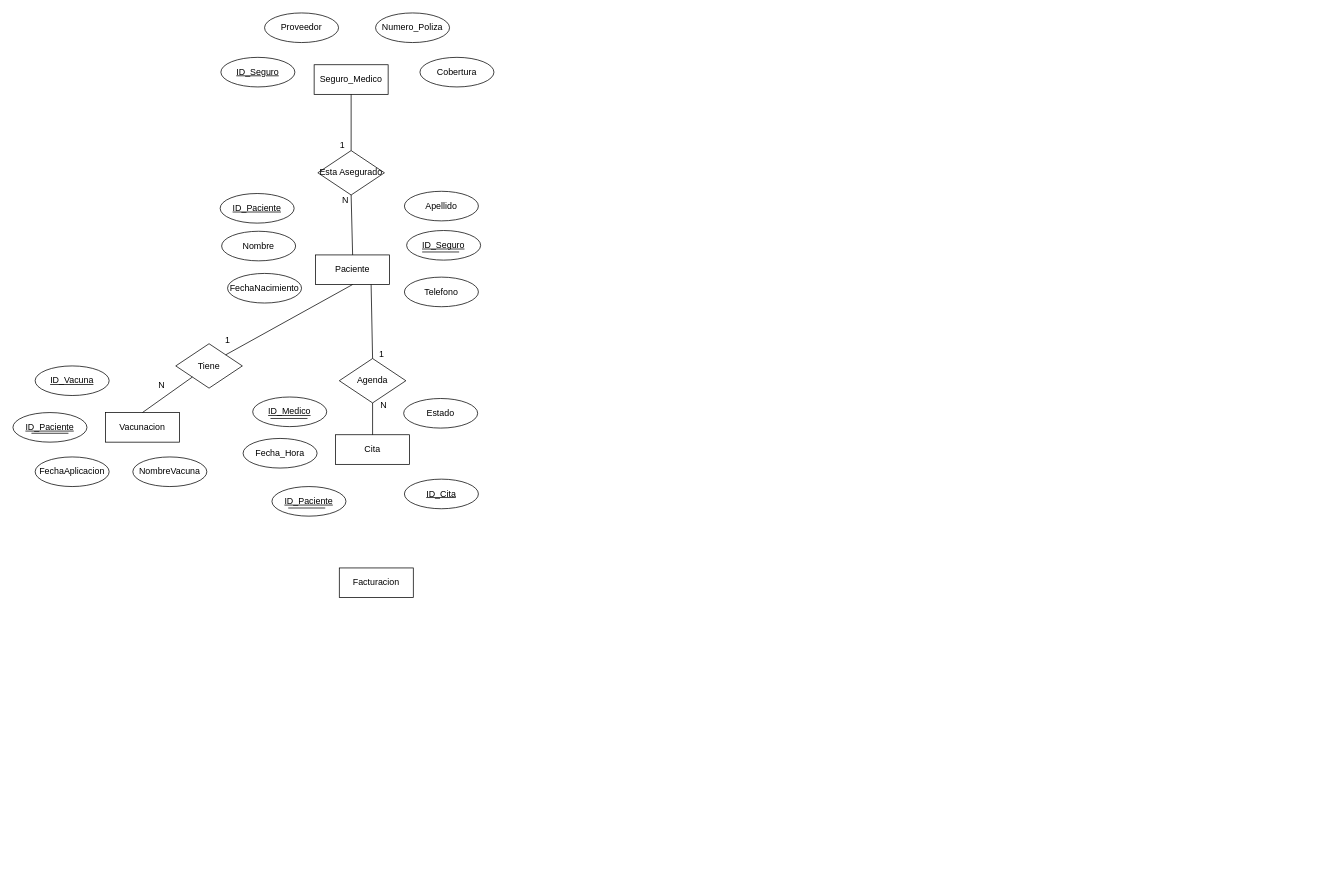
Csandoval-dev/EtlExamenI keeps this draw.io diagram as ExamenI.drawio. Above is the earlier version. Source tidied: cells renumbered, new cells numbered last; positions are measured from the earlier drawing's top-left corner, leaving out a move shared by most shapes. Both pictures are drawn from the tidied source at 74%, with x=0, y=0 at pixel (13, 13).
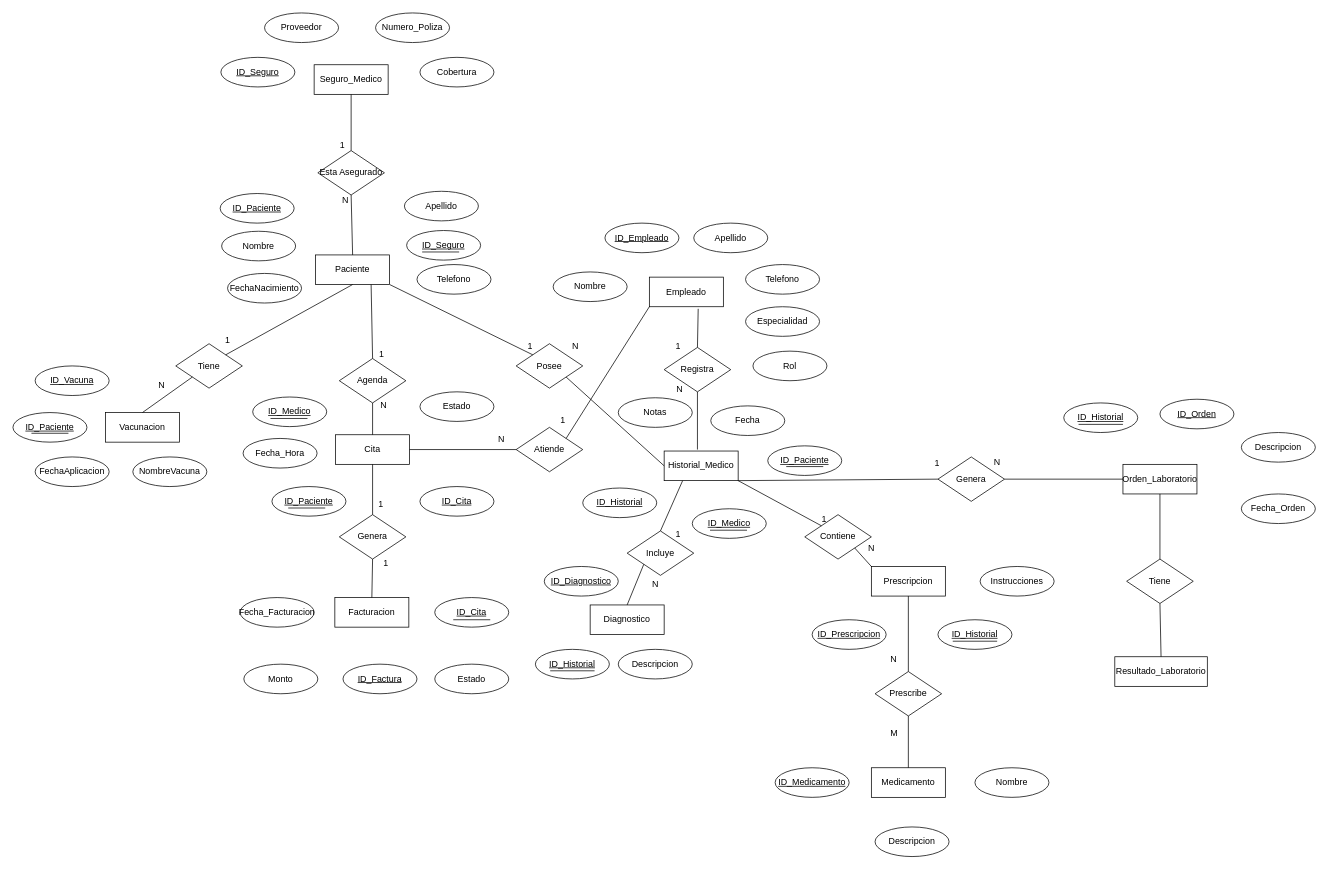
The same page after the edit.

The change refers to these unchanged cells:
```xml
<mxCell id="2" value="Paciente" style="whiteSpace=wrap;html=1;align=center;" parent="1" vertex="1">
  <mxGeometry x="409" y="327" width="100" height="40" as="geometry" />
</mxCell>
<mxCell id="30" value="Cita" style="whiteSpace=wrap;html=1;align=center;" parent="1" vertex="1">
  <mxGeometry x="436" y="570" width="100" height="40" as="geometry" />
</mxCell>
```

What changed in the source:
```diff
@@
     <mxCell id="7" value="Telefono" style="ellipse;whiteSpace=wrap;html=1;align=center;" parent="1" vertex="1">
-      <mxGeometry x="529" y="357" width="100" height="40" as="geometry" />
+      <mxGeometry x="546" y="340" width="100" height="40" as="geometry" />
     </mxCell>
@@
     <mxCell id="32" value="ID_Cita" style="ellipse;whiteSpace=wrap;html=1;align=center;fontStyle=4;" parent="1" vertex="1">
-      <mxGeometry x="529" y="630" width="100" height="40" as="geometry" />
+      <mxGeometry x="570" y="790" width="100" height="40" as="geometry" />
     </mxCell>
@@
     <mxCell id="35" value="Estado" style="ellipse;whiteSpace=wrap;html=1;align=center;" parent="1" vertex="1">
-      <mxGeometry x="528" y="521" width="100" height="40" as="geometry" />
+      <mxGeometry x="550" y="512" width="100" height="40" as="geometry" />
     </mxCell>
@@
     <mxCell id="44" value="Facturacion" style="whiteSpace=wrap;html=1;align=center;" parent="1" vertex="1">
-      <mxGeometry x="441" y="750" width="100" height="40" as="geometry" />
+      <mxGeometry x="435" y="790" width="100" height="40" as="geometry" />
     </mxCell>
+    <mxCell id="45" value="ID_Factura" style="ellipse;whiteSpace=wrap;html=1;align=center;fontStyle=4;" parent="1" vertex="1">
+      <mxGeometry x="446" y="880" width="100" height="40" as="geometry" />
+    </mxCell>
+    <mxCell id="46" value="Monto" style="ellipse;whiteSpace=wrap;html=1;align=center;" parent="1" vertex="1">
+      <mxGeometry x="312" y="880" width="100" height="40" as="geometry" />
+    </mxCell>
+    <mxCell id="47" value="Estado" style="ellipse;whiteSpace=wrap;html=1;align=center;" parent="1" vertex="1">
+      <mxGeometry x="570" y="880" width="100" height="40" as="geometry" />
+    </mxCell>
+    <mxCell id="48" value="Fecha_Facturacion" style="ellipse;whiteSpace=wrap;html=1;align=center;" parent="1" vertex="1">
+      <mxGeometry x="307" y="790" width="100" height="40" as="geometry" />
+    </mxCell>
+    <mxCell id="49" value="ID_Cita" style="ellipse;whiteSpace=wrap;html=1;align=center;fontStyle=4;" parent="1" vertex="1">
+      <mxGeometry x="550" y="640" width="100" height="40" as="geometry" />
+    </mxCell>
+    <mxCell id="50" style="endArrow=none;html=1;rounded=0;" parent="1" edge="1">
+      <mxGeometry relative="1" as="geometry">
+        <mxPoint x="595" y="820" as="sourcePoint" />
+        <mxPoint x="645" y="820" as="targetPoint" />
+      </mxGeometry>
+    </mxCell>
+    <mxCell id="51" value="Genera" style="shape=rhombus;perimeter=rhombusPerimeter;whiteSpace=wrap;html=1;align=center;" parent="1" vertex="1">
+      <mxGeometry x="441" y="678" width="90" height="60" as="geometry" />
+    </mxCell>
+    <mxCell id="52" style="endArrow=none;html=1;rounded=0;exitX=0.5;exitY=1;exitDx=0;exitDy=0;entryX=0.5;entryY=0;entryDx=0;entryDy=0;" parent="1" edge="1" source="30" target="51">
+      <mxGeometry relative="1" as="geometry" />
+    </mxCell>
+    <mxCell id="53" style="endArrow=none;html=1;rounded=0;entryX=0.5;entryY=0;entryDx=0;entryDy=0;exitX=0.5;exitY=1;exitDx=0;exitDy=0;" parent="1" edge="1" source="51" target="44">
+      <mxGeometry relative="1" as="geometry" />
+    </mxCell>
+    <mxCell id="54" value="1" style="text;strokeColor=none;fillColor=none;spacingLeft=4;spacingRight=4;overflow=hidden;fontSize=12;whiteSpace=wrap;html=1;" parent="1" vertex="1">
+      <mxGeometry x="488" y="650" width="40" height="30" as="geometry" />
+    </mxCell>
+    <mxCell id="55" value="1" style="text;strokeColor=none;fillColor=none;spacingLeft=4;spacingRight=4;overflow=hidden;fontSize=12;whiteSpace=wrap;html=1;" parent="1" vertex="1">
+      <mxGeometry x="495" y="730" width="40" height="30" as="geometry" />
+    </mxCell>
+    <mxCell id="56" value="Empleado" style="whiteSpace=wrap;html=1;align=center;" parent="1" vertex="1">
+      <mxGeometry x="860" y="357" width="100" height="40" as="geometry" />
+    </mxCell>
+    <mxCell id="57" value="ID_Empleado" style="ellipse;whiteSpace=wrap;html=1;align=center;fontStyle=4;" parent="1" vertex="1">
+      <mxGeometry x="800" y="284" width="100" height="40" as="geometry" />
+    </mxCell>
+    <mxCell id="58" value="Nombre" style="ellipse;whiteSpace=wrap;html=1;align=center;" parent="1" vertex="1">
+      <mxGeometry x="730" y="350" width="100" height="40" as="geometry" />
+    </mxCell>
+    <mxCell id="59" value="Apellido" style="ellipse;whiteSpace=wrap;html=1;align=center;" parent="1" vertex="1">
+      <mxGeometry x="920" y="284" width="100" height="40" as="geometry" />
+    </mxCell>
+    <mxCell id="60" value="Rol" style="ellipse;whiteSpace=wrap;html=1;align=center;" parent="1" vertex="1">
+      <mxGeometry x="1000" y="457" width="100" height="40" as="geometry" />
+    </mxCell>
+    <mxCell id="61" value="Telefono" style="ellipse;whiteSpace=wrap;html=1;align=center;" parent="1" vertex="1">
+      <mxGeometry x="990" y="340" width="100" height="40" as="geometry" />
+    </mxCell>
+    <mxCell id="62" value="Especialidad" style="ellipse;whiteSpace=wrap;html=1;align=center;" parent="1" vertex="1">
+      <mxGeometry x="990" y="397" width="100" height="40" as="geometry" />
+    </mxCell>
+    <mxCell id="63" value="Atiende" style="shape=rhombus;perimeter=rhombusPerimeter;whiteSpace=wrap;html=1;align=center;" parent="1" vertex="1">
+      <mxGeometry x="680" y="560" width="90" height="60" as="geometry" />
+    </mxCell>
+    <mxCell id="64" style="endArrow=none;html=1;rounded=0;exitX=1;exitY=0.5;exitDx=0;exitDy=0;entryX=0;entryY=0.5;entryDx=0;entryDy=0;" parent="1" edge="1" source="30" target="63">
+      <mxGeometry relative="1" as="geometry" />
+    </mxCell>
+    <mxCell id="65" style="endArrow=none;html=1;rounded=0;exitX=0;exitY=1;exitDx=0;exitDy=0;entryX=1;entryY=0;entryDx=0;entryDy=0;" parent="1" edge="1" source="56" target="63">
+      <mxGeometry relative="1" as="geometry" />
+    </mxCell>
+    <mxCell id="66" value="1" style="text;strokeColor=none;fillColor=none;spacingLeft=4;spacingRight=4;overflow=hidden;fontSize=12;whiteSpace=wrap;html=1;" parent="1" vertex="1">
+      <mxGeometry x="734" y="536" width="40" height="30" as="geometry" />
+    </mxCell>
+    <mxCell id="67" value="N" style="text;strokeColor=none;fillColor=none;spacingLeft=4;spacingRight=4;overflow=hidden;fontSize=12;whiteSpace=wrap;html=1;" parent="1" vertex="1">
+      <mxGeometry x="650" y="562" width="40" height="30" as="geometry" />
+    </mxCell>
+    <mxCell id="68" value="Historial_Medico" style="whiteSpace=wrap;html=1;align=center;" parent="1" vertex="1">
+      <mxGeometry x="880" y="592" width="100" height="40" as="geometry" />
+    </mxCell>
+    <mxCell id="69" value="ID_Historial" style="ellipse;whiteSpace=wrap;html=1;align=center;fontStyle=4;" parent="1" vertex="1">
+      <mxGeometry x="706" y="860" width="100" height="40" as="geometry" />
+    </mxCell>
+    <mxCell id="70" value="ID_Paciente" style="ellipse;whiteSpace=wrap;html=1;align=center;fontStyle=4;" parent="1" vertex="1">
+      <mxGeometry x="1020" y="585" width="100" height="40" as="geometry" />
+    </mxCell>
+    <mxCell id="71" value="ID_Medico" style="ellipse;whiteSpace=wrap;html=1;align=center;fontStyle=4;" parent="1" vertex="1">
+      <mxGeometry x="918" y="670" width="100" height="40" as="geometry" />
+    </mxCell>
+    <mxCell id="72" value="Fecha" style="ellipse;whiteSpace=wrap;html=1;align=center;" parent="1" vertex="1">
+      <mxGeometry x="943" y="531" width="100" height="40" as="geometry" />
+    </mxCell>
+    <mxCell id="73" value="Notas" style="ellipse;whiteSpace=wrap;html=1;align=center;" parent="1" vertex="1">
+      <mxGeometry x="818" y="520" width="100" height="40" as="geometry" />
+    </mxCell>
+    <mxCell id="74" value="Posee" style="shape=rhombus;perimeter=rhombusPerimeter;whiteSpace=wrap;html=1;align=center;" parent="1" vertex="1">
+      <mxGeometry x="680" y="447" width="90" height="60" as="geometry" />
+    </mxCell>
+    <mxCell id="75" style="endArrow=none;html=1;rounded=0;exitX=0;exitY=0.5;exitDx=0;exitDy=0;entryX=1;entryY=1;entryDx=0;entryDy=0;" parent="1" edge="1" source="68" target="74">
+      <mxGeometry relative="1" as="geometry" />
+    </mxCell>
+    <mxCell id="76" style="endArrow=none;html=1;rounded=0;exitX=0;exitY=0;exitDx=0;exitDy=0;entryX=1;entryY=1;entryDx=0;entryDy=0;" parent="1" edge="1" source="74" target="2">
+      <mxGeometry relative="1" as="geometry" />
+    </mxCell>
+    <mxCell id="77" value="1" style="text;strokeColor=none;fillColor=none;spacingLeft=4;spacingRight=4;overflow=hidden;fontSize=12;whiteSpace=wrap;html=1;" parent="1" vertex="1">
+      <mxGeometry x="890" y="437" width="40" height="30" as="geometry" />
+    </mxCell>
+    <mxCell id="78" value="N" style="text;strokeColor=none;fillColor=none;spacingLeft=4;spacingRight=4;overflow=hidden;fontSize=12;whiteSpace=wrap;html=1;" parent="1" vertex="1">
+      <mxGeometry x="750" y="437" width="40" height="30" as="geometry" />
+    </mxCell>
+    <mxCell id="79" value="Registra" style="shape=rhombus;perimeter=rhombusPerimeter;whiteSpace=wrap;html=1;align=center;" parent="1" vertex="1">
+      <mxGeometry x="880" y="452" width="90" height="60" as="geometry" />
+    </mxCell>
+    <mxCell id="80" style="endArrow=none;html=1;rounded=0;exitX=0.66;exitY=1.07;exitDx=0;exitDy=0;entryX=0.5;entryY=0;entryDx=0;entryDy=0;exitPerimeter=0;" parent="1" edge="1" source="56" target="79">
+      <mxGeometry relative="1" as="geometry" />
+    </mxCell>
+    <mxCell id="81" style="endArrow=none;html=1;rounded=0;exitX=0.5;exitY=1;exitDx=0;exitDy=0;" parent="1" edge="1" source="79">
+      <mxGeometry relative="1" as="geometry">
+        <mxPoint x="925" y="590" as="targetPoint" />
+      </mxGeometry>
+    </mxCell>
+    <mxCell id="82" value="1" style="text;strokeColor=none;fillColor=none;spacingLeft=4;spacingRight=4;overflow=hidden;fontSize=12;whiteSpace=wrap;html=1;" parent="1" vertex="1">
+      <mxGeometry x="690" y="437" width="40" height="30" as="geometry" />
+    </mxCell>
+    <mxCell id="83" value="N" style="text;strokeColor=none;fillColor=none;spacingLeft=4;spacingRight=4;overflow=hidden;fontSize=12;whiteSpace=wrap;html=1;" parent="1" vertex="1">
+      <mxGeometry x="891" y="495" width="40" height="30" as="geometry" />
+    </mxCell>
+    <mxCell id="84" style="endArrow=none;html=1;rounded=0;" parent="1" edge="1">
+      <mxGeometry relative="1" as="geometry">
+        <mxPoint x="1045" y="613" as="sourcePoint" />
+        <mxPoint x="1095" y="613" as="targetPoint" />
+      </mxGeometry>
+    </mxCell>
+    <mxCell id="85" style="endArrow=none;html=1;rounded=0;" parent="1" edge="1">
+      <mxGeometry relative="1" as="geometry">
+        <mxPoint x="942" y="699" as="sourcePoint" />
+        <mxPoint x="992" y="699" as="targetPoint" />
+      </mxGeometry>
+    </mxCell>
+    <mxCell id="86" value="Diagnostico" style="whiteSpace=wrap;html=1;align=center;" parent="1" vertex="1">
+      <mxGeometry x="780" y="800" width="100" height="40" as="geometry" />
+    </mxCell>
+    <mxCell id="87" value="ID_Historial" style="ellipse;whiteSpace=wrap;html=1;align=center;fontStyle=4;" parent="1" vertex="1">
+      <mxGeometry x="770" y="642" width="100" height="40" as="geometry" />
+    </mxCell>
+    <mxCell id="88" value="ID_Orden" style="ellipse;whiteSpace=wrap;html=1;align=center;fontStyle=4;" parent="1" vertex="1">
+      <mxGeometry x="1550" y="522" width="100" height="40" as="geometry" />
+    </mxCell>
+    <mxCell id="89" value="Descripcion" style="ellipse;whiteSpace=wrap;html=1;align=center;" parent="1" vertex="1">
+      <mxGeometry x="818" y="860" width="100" height="40" as="geometry" />
+    </mxCell>
+    <mxCell id="90" style="endArrow=none;html=1;rounded=0;" parent="1" edge="1">
+      <mxGeometry relative="1" as="geometry">
+        <mxPoint x="726" y="889" as="sourcePoint" />
+        <mxPoint x="786" y="889" as="targetPoint" />
+      </mxGeometry>
+    </mxCell>
+    <mxCell id="91" value="Incluye" style="shape=rhombus;perimeter=rhombusPerimeter;whiteSpace=wrap;html=1;align=center;" parent="1" vertex="1">
+      <mxGeometry x="830" y="700" width="90" height="60" as="geometry" />
+    </mxCell>
+    <mxCell id="92" style="endArrow=none;html=1;rounded=0;entryX=0.25;entryY=1;entryDx=0;entryDy=0;exitX=0.5;exitY=0;exitDx=0;exitDy=0;" parent="1" edge="1" source="91" target="68">
+      <mxGeometry relative="1" as="geometry" />
+    </mxCell>
+    <mxCell id="93" style="endArrow=none;html=1;rounded=0;entryX=0;entryY=1;entryDx=0;entryDy=0;exitX=0.5;exitY=0;exitDx=0;exitDy=0;" parent="1" edge="1" source="86" target="91">
+      <mxGeometry relative="1" as="geometry" />
+    </mxCell>
+    <mxCell id="94" value="1" style="text;strokeColor=none;fillColor=none;spacingLeft=4;spacingRight=4;overflow=hidden;fontSize=12;whiteSpace=wrap;html=1;" parent="1" vertex="1">
+      <mxGeometry x="1240" y="595" width="40" height="30" as="geometry" />
+    </mxCell>
+    <mxCell id="95" value="N" style="text;strokeColor=none;fillColor=none;spacingLeft=4;spacingRight=4;overflow=hidden;fontSize=12;whiteSpace=wrap;html=1;" parent="1" vertex="1">
+      <mxGeometry x="1150" y="710" width="40" height="30" as="geometry" />
+    </mxCell>
+    <mxCell id="96" value="Prescripcion" style="whiteSpace=wrap;html=1;align=center;" parent="1" vertex="1">
+      <mxGeometry x="1160" y="748" width="100" height="40" as="geometry" />
+    </mxCell>
+    <mxCell id="97" value="ID_Diagnostico" style="ellipse;whiteSpace=wrap;html=1;align=center;fontStyle=4;" parent="1" vertex="1">
+      <mxGeometry x="718" y="748" width="100" height="40" as="geometry" />
+    </mxCell>
+    <mxCell id="98" value="ID_Historial" style="ellipse;whiteSpace=wrap;html=1;align=center;fontStyle=4;" parent="1" vertex="1">
+      <mxGeometry x="1250" y="820" width="100" height="40" as="geometry" />
+    </mxCell>
+    <mxCell id="99" style="endArrow=none;html=1;rounded=0;" parent="1" edge="1">
+      <mxGeometry relative="1" as="geometry">
+        <mxPoint x="1270" y="849" as="sourcePoint" />
+        <mxPoint x="1330" y="849" as="targetPoint" />
+      </mxGeometry>
+    </mxCell>
+    <mxCell id="100" value="Instrucciones" style="ellipse;whiteSpace=wrap;html=1;align=center;" parent="1" vertex="1">
+      <mxGeometry x="1307" y="748" width="100" height="40" as="geometry" />
+    </mxCell>
+    <mxCell id="101" value="Contiene" style="shape=rhombus;perimeter=rhombusPerimeter;whiteSpace=wrap;html=1;align=center;" parent="1" vertex="1">
+      <mxGeometry x="1070" y="678" width="90" height="60" as="geometry" />
+    </mxCell>
+    <mxCell id="102" style="endArrow=none;html=1;rounded=0;entryX=1;entryY=1;entryDx=0;entryDy=0;exitX=0;exitY=0;exitDx=0;exitDy=0;" parent="1" edge="1" source="101" target="68">
+      <mxGeometry relative="1" as="geometry" />
+    </mxCell>
+    <mxCell id="103" style="endArrow=none;html=1;rounded=0;entryX=1;entryY=1;entryDx=0;entryDy=0;exitX=0;exitY=0;exitDx=0;exitDy=0;" parent="1" edge="1" source="96" target="101">
+      <mxGeometry relative="1" as="geometry" />
+    </mxCell>
+    <mxCell id="104" value="1" style="text;strokeColor=none;fillColor=none;spacingLeft=4;spacingRight=4;overflow=hidden;fontSize=12;whiteSpace=wrap;html=1;" parent="1" vertex="1">
+      <mxGeometry x="890" y="690" width="40" height="30" as="geometry" />
+    </mxCell>
+    <mxCell id="105" value="N" style="text;strokeColor=none;fillColor=none;spacingLeft=4;spacingRight=4;overflow=hidden;fontSize=12;whiteSpace=wrap;html=1;" parent="1" vertex="1">
+      <mxGeometry x="858" y="758" width="40" height="30" as="geometry" />
+    </mxCell>
+    <mxCell id="106" value="Medicamento" style="whiteSpace=wrap;html=1;align=center;" parent="1" vertex="1">
+      <mxGeometry x="1160" y="1020" width="100" height="40" as="geometry" />
+    </mxCell>
+    <mxCell id="107" value="Prescribe" style="shape=rhombus;perimeter=rhombusPerimeter;whiteSpace=wrap;html=1;align=center;" parent="1" vertex="1">
+      <mxGeometry x="1165" y="890" width="90" height="60" as="geometry" />
+    </mxCell>
+    <mxCell id="108" style="endArrow=none;html=1;rounded=0;entryX=0.5;entryY=1;entryDx=0;entryDy=0;exitX=0.5;exitY=0;exitDx=0;exitDy=0;" parent="1" edge="1" source="107" target="96">
+      <mxGeometry relative="1" as="geometry" />
+    </mxCell>
+    <mxCell id="109" style="endArrow=none;html=1;rounded=0;entryX=0.5;entryY=1;entryDx=0;entryDy=0;exitX=0.5;exitY=0;exitDx=0;exitDy=0;" parent="1" edge="1" source="106" target="107">
+      <mxGeometry relative="1" as="geometry" />
+    </mxCell>
+    <mxCell id="110" value="N" style="text;strokeColor=none;fillColor=none;spacingLeft=4;spacingRight=4;overflow=hidden;fontSize=12;whiteSpace=wrap;html=1;" parent="1" vertex="1">
+      <mxGeometry x="1180" y="860" width="40" height="30" as="geometry" />
+    </mxCell>
+    <mxCell id="111" value="M" style="text;strokeColor=none;fillColor=none;spacingLeft=4;spacingRight=4;overflow=hidden;fontSize=12;whiteSpace=wrap;html=1;" parent="1" vertex="1">
+      <mxGeometry x="1180" y="960" width="40" height="30" as="geometry" />
+    </mxCell>
+    <mxCell id="112" value="ID_Medicamento" style="ellipse;whiteSpace=wrap;html=1;align=center;fontStyle=4;" parent="1" vertex="1">
+      <mxGeometry x="1030" y="1020" width="100" height="40" as="geometry" />
+    </mxCell>
+    <mxCell id="113" value="Nombre" style="ellipse;whiteSpace=wrap;html=1;align=center;" parent="1" vertex="1">
+      <mxGeometry x="1300" y="1020" width="100" height="40" as="geometry" />
+    </mxCell>
+    <mxCell id="114" value="Descripcion" style="ellipse;whiteSpace=wrap;html=1;align=center;" parent="1" vertex="1">
+      <mxGeometry x="1165" y="1100" width="100" height="40" as="geometry" />
+    </mxCell>
+    <mxCell id="115" value="Orden_Laboratorio" style="whiteSpace=wrap;html=1;align=center;" parent="1" vertex="1">
+      <mxGeometry x="1500" y="610" width="100" height="40" as="geometry" />
+    </mxCell>
+    <mxCell id="116" value="Genera" style="shape=rhombus;perimeter=rhombusPerimeter;whiteSpace=wrap;html=1;align=center;" parent="1" vertex="1">
+      <mxGeometry x="1250" y="600" width="90" height="60" as="geometry" />
+    </mxCell>
+    <mxCell id="117" style="endArrow=none;html=1;rounded=0;entryX=1;entryY=1;entryDx=0;entryDy=0;exitX=0;exitY=0.5;exitDx=0;exitDy=0;" parent="1" edge="1" source="116" target="68">
+      <mxGeometry relative="1" as="geometry" />
+    </mxCell>
+    <mxCell id="118" style="endArrow=none;html=1;rounded=0;entryX=0;entryY=0.5;entryDx=0;entryDy=0;" parent="1" edge="1" target="115">
+      <mxGeometry relative="1" as="geometry">
+        <mxPoint x="1340" y="630" as="sourcePoint" />
+      </mxGeometry>
+    </mxCell>
+    <mxCell id="119" value="1" style="text;strokeColor=none;fillColor=none;spacingLeft=4;spacingRight=4;overflow=hidden;fontSize=12;whiteSpace=wrap;html=1;" parent="1" vertex="1">
+      <mxGeometry x="1087" y="670" width="40" height="30" as="geometry" />
+    </mxCell>
+    <mxCell id="120" value="N" style="text;strokeColor=none;fillColor=none;spacingLeft=4;spacingRight=4;overflow=hidden;fontSize=12;whiteSpace=wrap;html=1;" parent="1" vertex="1">
+      <mxGeometry x="1320" y="594" width="40" height="30" as="geometry" />
+    </mxCell>
+    <mxCell id="121" value="ID_Historial" style="ellipse;whiteSpace=wrap;html=1;align=center;fontStyle=4;" parent="1" vertex="1">
+      <mxGeometry x="1420" y="527" width="100" height="40" as="geometry" />
+    </mxCell>
+    <mxCell id="122" style="endArrow=none;html=1;rounded=0;" parent="1" edge="1">
+      <mxGeometry relative="1" as="geometry">
+        <mxPoint x="1440" y="556" as="sourcePoint" />
+        <mxPoint x="1500" y="556" as="targetPoint" />
+      </mxGeometry>
+    </mxCell>
+    <mxCell id="123" value="ID_Prescripcion" style="ellipse;whiteSpace=wrap;html=1;align=center;fontStyle=4;" parent="1" vertex="1">
+      <mxGeometry x="1080" y="820" width="100" height="40" as="geometry" />
+    </mxCell>
+    <mxCell id="124" value="Fecha_Orden" style="ellipse;whiteSpace=wrap;html=1;align=center;" parent="1" vertex="1">
+      <mxGeometry x="1660" y="650" width="100" height="40" as="geometry" />
+    </mxCell>
+    <mxCell id="125" value="Descripcion" style="ellipse;whiteSpace=wrap;html=1;align=center;" parent="1" vertex="1">
+      <mxGeometry x="1660" y="567" width="100" height="40" as="geometry" />
+    </mxCell>
+    <mxCell id="126" value="Tiene" style="shape=rhombus;perimeter=rhombusPerimeter;whiteSpace=wrap;html=1;align=center;" parent="1" vertex="1">
+      <mxGeometry x="1505" y="738" width="90" height="60" as="geometry" />
+    </mxCell>
+    <mxCell id="127" value="Resultado_Laboratorio" style="whiteSpace=wrap;html=1;align=center;" parent="1" vertex="1">
+      <mxGeometry x="1489" y="870" width="125" height="40" as="geometry" />
+    </mxCell>
+    <mxCell id="128" style="endArrow=none;html=1;rounded=0;entryX=0.5;entryY=1;entryDx=0;entryDy=0;exitX=0.5;exitY=0;exitDx=0;exitDy=0;" parent="1" edge="1" source="126" target="115">
+      <mxGeometry relative="1" as="geometry" />
+    </mxCell>
+    <mxCell id="129" style="endArrow=none;html=1;rounded=0;entryX=0.5;entryY=1;entryDx=0;entryDy=0;exitX=0.5;exitY=0;exitDx=0;exitDy=0;" parent="1" edge="1" source="127" target="126">
+      <mxGeometry relative="1" as="geometry" />
+    </mxCell>
```
